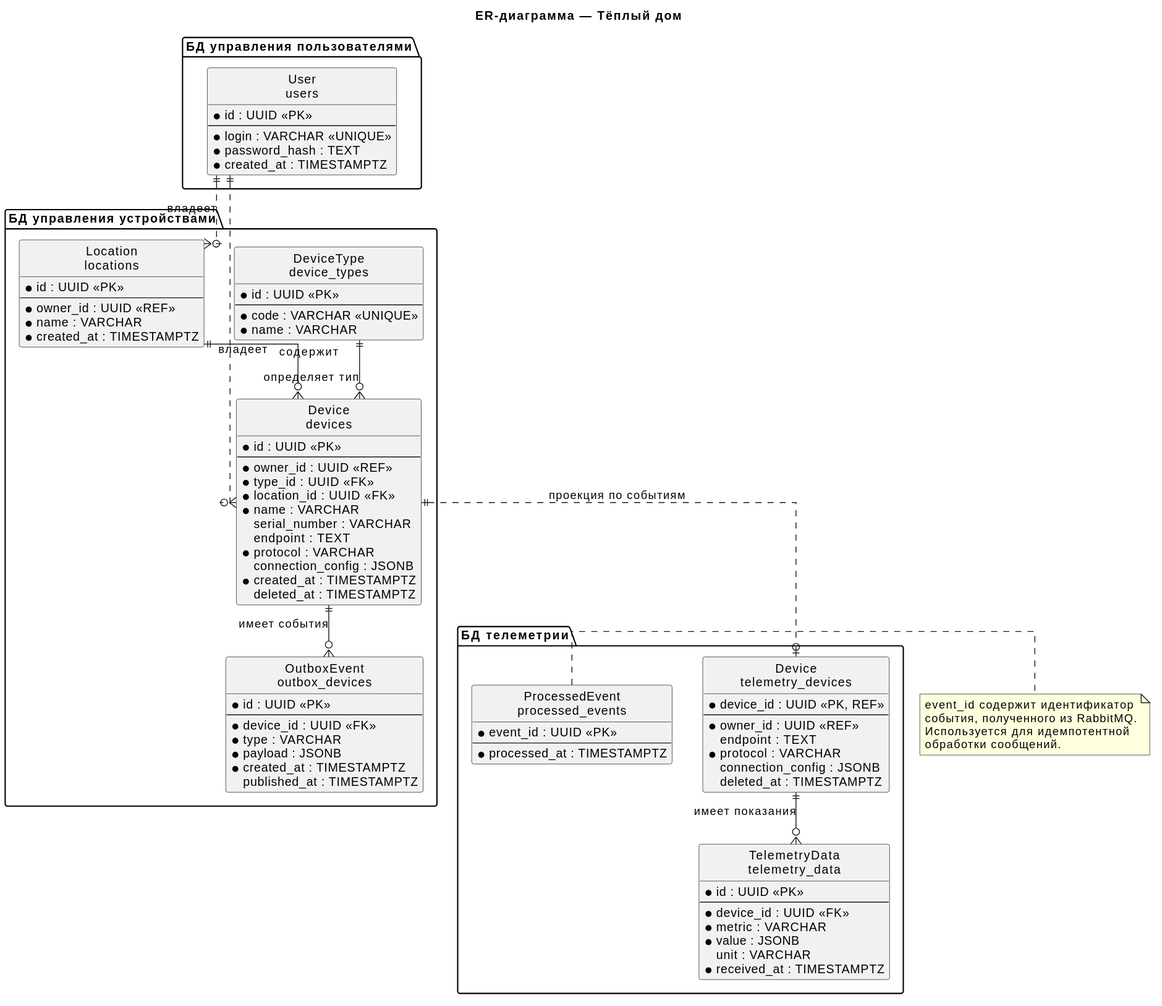
Before: schemas/3/er.svg, a diagram exported from PlantUML (NikolosHGW/architecture-pro-warmhouse). Its diagram source:
```plantuml
@startuml
title ER-диаграмма — Тёплый дом
hide circle
skinparam linetype ortho

package "БД управления пользователями" {
    entity "User\nusers" as users {
        * id : UUID <<PK>>
        --
        * login : VARCHAR <<UNIQUE>>
        * password_hash : TEXT
        * created_at : TIMESTAMPTZ
    }
}

package "БД управления устройствами" {
    entity "Location\nlocations" as locations {
        * id : UUID <<PK>>
        --
        * owner_id : UUID <<REF>>
        * name : VARCHAR
        * created_at : TIMESTAMPTZ
    }

    entity "DeviceType\ndevice_types" as device_types {
        * id : UUID <<PK>>
        --
        * code : VARCHAR <<UNIQUE>>
        * name : VARCHAR
    }

    entity "Device\ndevices" as devices {
        * id : UUID <<PK>>
        --
        * owner_id : UUID <<REF>>
        * type_id : UUID <<FK>>
        * location_id : UUID <<FK>>
        * name : VARCHAR
        serial_number : VARCHAR
        endpoint : TEXT
        * protocol : VARCHAR
        connection_config : JSONB
        * created_at : TIMESTAMPTZ
        deleted_at : TIMESTAMPTZ
    }

    entity "OutboxEvent\noutbox_devices" as outbox {
        * id : UUID <<PK>>
        --
        * device_id : UUID <<FK>>
        * type : VARCHAR
        * payload : JSONB
        * created_at : TIMESTAMPTZ
        published_at : TIMESTAMPTZ
    }
}

package "БД телеметрии" {
    entity "Device\ntelemetry_devices" as telemetry_devices {
        * device_id : UUID <<PK, REF>>
        --
        * owner_id : UUID <<REF>>
        endpoint : TEXT
        * protocol : VARCHAR
        connection_config : JSONB
        deleted_at : TIMESTAMPTZ
    }

    entity "TelemetryData\ntelemetry_data" as telemetry_data {
        * id : UUID <<PK>>
        --
        * device_id : UUID <<FK>>
        * metric : VARCHAR
        * value : JSONB
        unit : VARCHAR
        * received_at : TIMESTAMPTZ
    }

    entity "ProcessedEvent\nprocessed_events" as processed_events {
        * event_id : UUID <<PK>>
        --
        * processed_at : TIMESTAMPTZ
    }
}

users ||..o{ devices : владеет
users ||..o{ locations : владеет
locations ||--o{ devices : содержит
device_types ||--o{ devices : определяет тип
devices ||--o{ outbox : имеет события
devices ||..o| telemetry_devices : проекция по событиям
telemetry_devices ||--o{ telemetry_data : имеет показания

note right of processed_events
    event_id содержит идентификатор
    события, полученного из RabbitMQ.
    Используется для идемпотентной
    обработки сообщений.
end note
@enduml
```
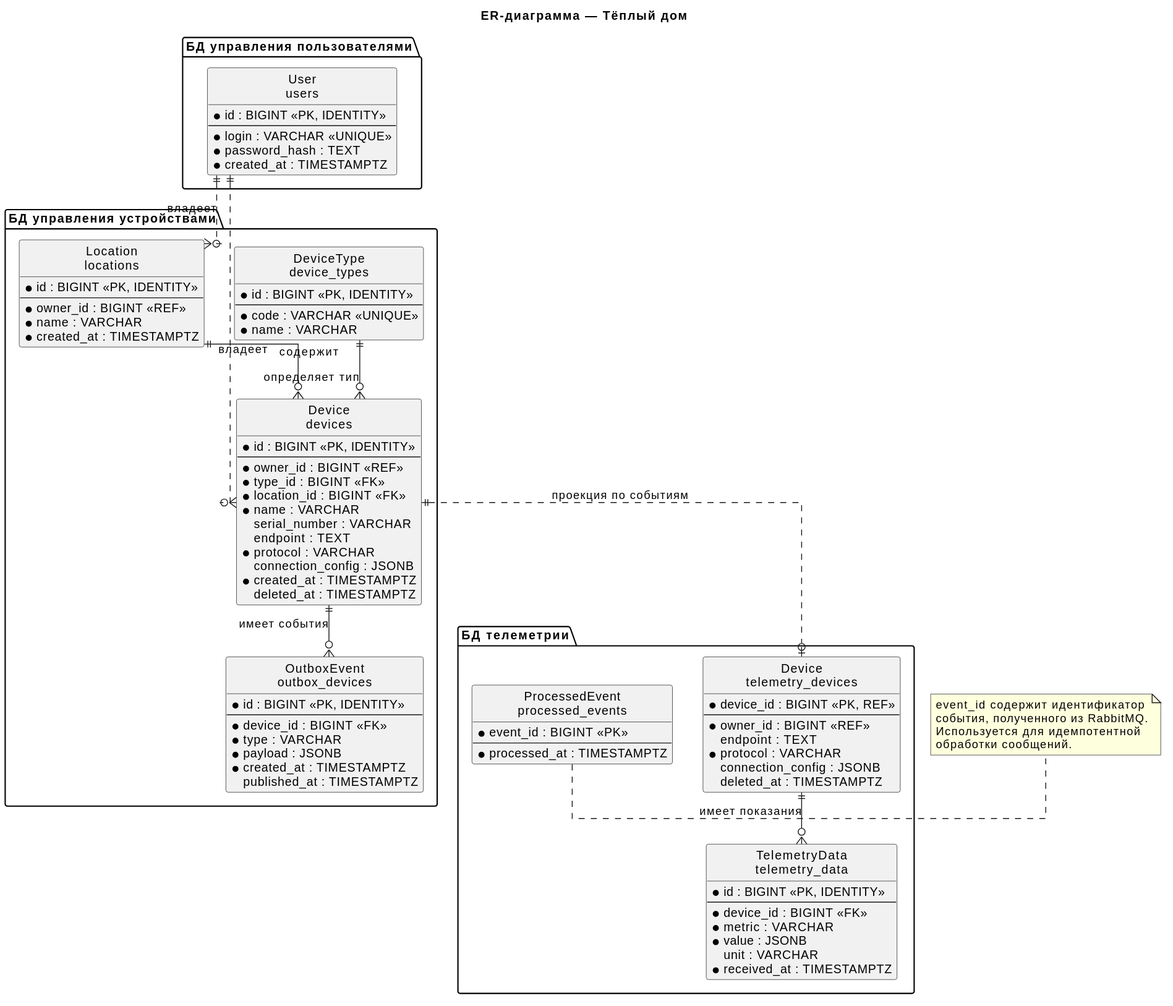
Later version of the same file.

Change to the diagram source:
```diff
@@ -5,7 +5,7 @@
 
 package "БД управления пользователями" {
     entity "User\nusers" as users {
-        * id : UUID <<PK>>
+        * id : BIGINT <<PK, IDENTITY>>
         --
         * login : VARCHAR <<UNIQUE>>
         * password_hash : TEXT
@@ -15,26 +15,26 @@
 
 package "БД управления устройствами" {
     entity "Location\nlocations" as locations {
-        * id : UUID <<PK>>
+        * id : BIGINT <<PK, IDENTITY>>
         --
-        * owner_id : UUID <<REF>>
+        * owner_id : BIGINT <<REF>>
         * name : VARCHAR
         * created_at : TIMESTAMPTZ
     }
 
     entity "DeviceType\ndevice_types" as device_types {
-        * id : UUID <<PK>>
+        * id : BIGINT <<PK, IDENTITY>>
         --
         * code : VARCHAR <<UNIQUE>>
         * name : VARCHAR
     }
 
     entity "Device\ndevices" as devices {
-        * id : UUID <<PK>>
+        * id : BIGINT <<PK, IDENTITY>>
         --
-        * owner_id : UUID <<REF>>
-        * type_id : UUID <<FK>>
-        * location_id : UUID <<FK>>
+        * owner_id : BIGINT <<REF>>
+        * type_id : BIGINT <<FK>>
+        * location_id : BIGINT <<FK>>
         * name : VARCHAR
         serial_number : VARCHAR
         endpoint : TEXT
@@ -45,9 +45,9 @@
     }
 
     entity "OutboxEvent\noutbox_devices" as outbox {
-        * id : UUID <<PK>>
+        * id : BIGINT <<PK, IDENTITY>>
         --
-        * device_id : UUID <<FK>>
+        * device_id : BIGINT <<FK>>
         * type : VARCHAR
         * payload : JSONB
         * created_at : TIMESTAMPTZ
@@ -57,9 +57,9 @@
 
 package "БД телеметрии" {
     entity "Device\ntelemetry_devices" as telemetry_devices {
-        * device_id : UUID <<PK, REF>>
+        * device_id : BIGINT <<PK, REF>>
         --
-        * owner_id : UUID <<REF>>
+        * owner_id : BIGINT <<REF>>
         endpoint : TEXT
         * protocol : VARCHAR
         connection_config : JSONB
@@ -67,9 +67,9 @@
     }
 
     entity "TelemetryData\ntelemetry_data" as telemetry_data {
-        * id : UUID <<PK>>
+        * id : BIGINT <<PK, IDENTITY>>
         --
-        * device_id : UUID <<FK>>
+        * device_id : BIGINT <<FK>>
         * metric : VARCHAR
         * value : JSONB
         unit : VARCHAR
@@ -77,7 +77,7 @@
     }
 
     entity "ProcessedEvent\nprocessed_events" as processed_events {
-        * event_id : UUID <<PK>>
+        * event_id : BIGINT <<PK>>
         --
         * processed_at : TIMESTAMPTZ
     }
```
